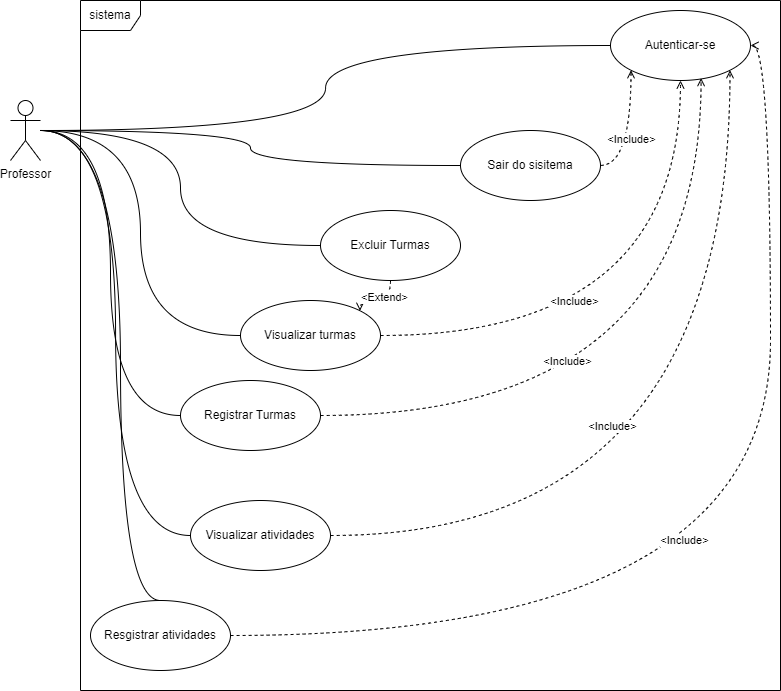
Above: Sprint3/Casos_de_Uso.png in mlm5608/4-semestre (draw.io), before the change. Source tidied: cells renumbered, new cells last; positions are measured from the earlier drawing's top-left corner, leaving out a move shared by most shapes. Its diagram source:
```xml
<mxGraphModel>
  <root>
    <mxCell id="0" />
    <mxCell id="1" parent="0" />
    <mxCell id="2" style="edgeStyle=orthogonalEdgeStyle;rounded=0;jettySize=auto;html=1;entryX=0;entryY=0.5;entryDx=0;entryDy=0;endArrow=none;endFill=0;curved=1;" parent="1" edge="1" source="9" target="10">
      <mxGeometry relative="1" as="geometry" />
    </mxCell>
    <mxCell id="3" style="edgeStyle=orthogonalEdgeStyle;rounded=0;jettySize=auto;html=1;entryX=0;entryY=0.5;entryDx=0;entryDy=0;endArrow=none;endFill=0;curved=1;" parent="1" edge="1" source="9" target="13">
      <mxGeometry relative="1" as="geometry" />
    </mxCell>
    <mxCell id="4" style="edgeStyle=orthogonalEdgeStyle;rounded=0;jettySize=auto;html=1;entryX=0;entryY=0.5;entryDx=0;entryDy=0;endArrow=none;endFill=0;curved=1;" parent="1" edge="1" source="9" target="14">
      <mxGeometry relative="1" as="geometry" />
    </mxCell>
    <mxCell id="5" style="edgeStyle=orthogonalEdgeStyle;rounded=0;jettySize=auto;html=1;entryX=0;entryY=0.5;entryDx=0;entryDy=0;endArrow=none;endFill=0;curved=1;" parent="1" edge="1" source="9" target="15">
      <mxGeometry relative="1" as="geometry" />
    </mxCell>
    <mxCell id="6" style="edgeStyle=orthogonalEdgeStyle;rounded=0;jettySize=auto;html=1;entryX=0;entryY=0.5;entryDx=0;entryDy=0;endArrow=none;endFill=0;curved=1;" parent="1" edge="1" source="9" target="16">
      <mxGeometry relative="1" as="geometry" />
    </mxCell>
    <mxCell id="7" style="edgeStyle=orthogonalEdgeStyle;rounded=0;jettySize=auto;html=1;entryX=0;entryY=0.5;entryDx=0;entryDy=0;endArrow=none;endFill=0;curved=1;" parent="1" edge="1" source="9" target="17">
      <mxGeometry relative="1" as="geometry" />
    </mxCell>
    <mxCell id="8" style="edgeStyle=orthogonalEdgeStyle;rounded=0;jettySize=auto;html=1;entryX=0.5;entryY=0;entryDx=0;entryDy=0;endArrow=none;endFill=0;curved=1;" parent="1" edge="1" source="9" target="18">
      <mxGeometry relative="1" as="geometry">
        <Array as="points">
          <mxPoint x="110" y="130" />
          <mxPoint x="110" y="600" />
        </Array>
      </mxGeometry>
    </mxCell>
    <mxCell id="9" value="Professor" style="shape=umlActor;verticalLabelPosition=bottom;verticalAlign=top;html=1;outlineConnect=0;" parent="1" vertex="1">
      <mxGeometry y="100" width="30" height="60" as="geometry" />
    </mxCell>
    <mxCell id="10" value="Autenticar-se" style="ellipse;whiteSpace=wrap;html=1;" parent="1" vertex="1">
      <mxGeometry x="600" y="10" width="140" height="70" as="geometry" />
    </mxCell>
    <mxCell id="11" style="edgeStyle=orthogonalEdgeStyle;rounded=0;jettySize=auto;html=1;entryX=0;entryY=1;entryDx=0;entryDy=0;curved=1;dashed=1;endArrow=open;endFill=0;" parent="1" edge="1" target="10">
      <mxGeometry relative="1" as="geometry">
        <mxPoint x="590" y="164.9" as="sourcePoint" />
        <Array as="points">
          <mxPoint x="620" y="165" />
        </Array>
      </mxGeometry>
    </mxCell>
    <mxCell id="12" value="&amp;lt;Include&amp;gt;" style="edgeLabel;html=1;align=center;verticalAlign=middle;" parent="11" vertex="1">
      <mxGeometry x="-0.04" relative="1" as="geometry">
        <mxPoint y="3" as="offset" />
      </mxGeometry>
    </mxCell>
    <mxCell id="13" value="Sair do sisitema" style="ellipse;whiteSpace=wrap;html=1;" parent="1" vertex="1">
      <mxGeometry x="450" y="130" width="140" height="70" as="geometry" />
    </mxCell>
    <mxCell id="14" value="Excluir Turmas" style="ellipse;whiteSpace=wrap;html=1;" parent="1" vertex="1">
      <mxGeometry x="310" y="210" width="140" height="70" as="geometry" />
    </mxCell>
    <mxCell id="15" value="Visualizar turmas" style="ellipse;whiteSpace=wrap;html=1;" parent="1" vertex="1">
      <mxGeometry x="230" y="300" width="140" height="70" as="geometry" />
    </mxCell>
    <mxCell id="16" value="Registrar Turmas" style="ellipse;whiteSpace=wrap;html=1;" parent="1" vertex="1">
      <mxGeometry x="170" y="380" width="140" height="70" as="geometry" />
    </mxCell>
    <mxCell id="17" value="Visualizar atividades" style="ellipse;whiteSpace=wrap;html=1;" parent="1" vertex="1">
      <mxGeometry x="180" y="500" width="140" height="70" as="geometry" />
    </mxCell>
    <mxCell id="18" value="Resgistrar atividades" style="ellipse;whiteSpace=wrap;html=1;" parent="1" vertex="1">
      <mxGeometry x="80" y="600" width="140" height="70" as="geometry" />
    </mxCell>
    <mxCell id="19" style="edgeStyle=orthogonalEdgeStyle;rounded=0;jettySize=auto;html=1;entryX=0.5;entryY=1;entryDx=0;entryDy=0;curved=1;dashed=1;exitX=1;exitY=0.5;exitDx=0;exitDy=0;endArrow=open;endFill=0;" parent="1" edge="1" source="15" target="10">
      <mxGeometry relative="1" as="geometry" />
    </mxCell>
    <mxCell id="20" value="&amp;lt;Include&amp;gt;" style="edgeLabel;html=1;align=center;verticalAlign=middle;" parent="19" vertex="1">
      <mxGeometry x="-0.04" relative="1" as="geometry">
        <mxPoint x="-72" y="-35" as="offset" />
      </mxGeometry>
    </mxCell>
    <mxCell id="21" style="edgeStyle=orthogonalEdgeStyle;rounded=0;jettySize=auto;html=1;entryX=0.647;entryY=0.966;entryDx=0;entryDy=0;curved=1;dashed=1;exitX=1;exitY=0.5;exitDx=0;exitDy=0;entryPerimeter=0;endArrow=open;endFill=0;" parent="1" edge="1" source="16" target="10">
      <mxGeometry relative="1" as="geometry" />
    </mxCell>
    <mxCell id="22" value="&amp;lt;Include&amp;gt;" style="edgeLabel;html=1;align=center;verticalAlign=middle;" parent="21" vertex="1">
      <mxGeometry x="-0.04" relative="1" as="geometry">
        <mxPoint x="-98" y="-55" as="offset" />
      </mxGeometry>
    </mxCell>
    <mxCell id="23" style="edgeStyle=orthogonalEdgeStyle;rounded=0;jettySize=auto;html=1;entryX=1;entryY=1;entryDx=0;entryDy=0;curved=1;dashed=1;exitX=1;exitY=0.5;exitDx=0;exitDy=0;endArrow=open;endFill=0;" parent="1" edge="1" source="17" target="10">
      <mxGeometry relative="1" as="geometry" />
    </mxCell>
    <mxCell id="24" value="&amp;lt;Include&amp;gt;" style="edgeLabel;html=1;align=center;verticalAlign=middle;" parent="23" vertex="1">
      <mxGeometry x="-0.04" relative="1" as="geometry">
        <mxPoint x="-118" y="-95" as="offset" />
      </mxGeometry>
    </mxCell>
    <mxCell id="25" style="edgeStyle=orthogonalEdgeStyle;rounded=0;jettySize=auto;html=1;entryX=1;entryY=0.5;entryDx=0;entryDy=0;curved=1;dashed=1;exitX=1;exitY=0.5;exitDx=0;exitDy=0;endArrow=open;endFill=0;" parent="1" edge="1" source="18" target="10">
      <mxGeometry relative="1" as="geometry" />
    </mxCell>
    <mxCell id="26" value="&amp;lt;Include&amp;gt;" style="edgeLabel;html=1;align=center;verticalAlign=middle;" parent="25" vertex="1">
      <mxGeometry x="-0.04" relative="1" as="geometry">
        <mxPoint x="-87" y="-85" as="offset" />
      </mxGeometry>
    </mxCell>
    <mxCell id="27" style="edgeStyle=orthogonalEdgeStyle;rounded=0;jettySize=auto;html=1;entryX=1;entryY=0;entryDx=0;entryDy=0;dashed=1;curved=1;endArrow=open;endFill=0;" parent="1" edge="1" source="14" target="15">
      <mxGeometry relative="1" as="geometry" />
    </mxCell>
    <mxCell id="28" value="&amp;lt;Extend&amp;gt;" style="edgeLabel;html=1;align=center;verticalAlign=middle;" parent="27" vertex="1">
      <mxGeometry x="-0.11" y="-4" relative="1" as="geometry" />
    </mxCell>
    <mxCell id="29" value="sistema" style="shape=umlFrame;whiteSpace=wrap;html=1;" parent="1" vertex="1">
      <mxGeometry x="70" width="700" height="690" as="geometry" />
    </mxCell>
  </root>
</mxGraphModel>
```
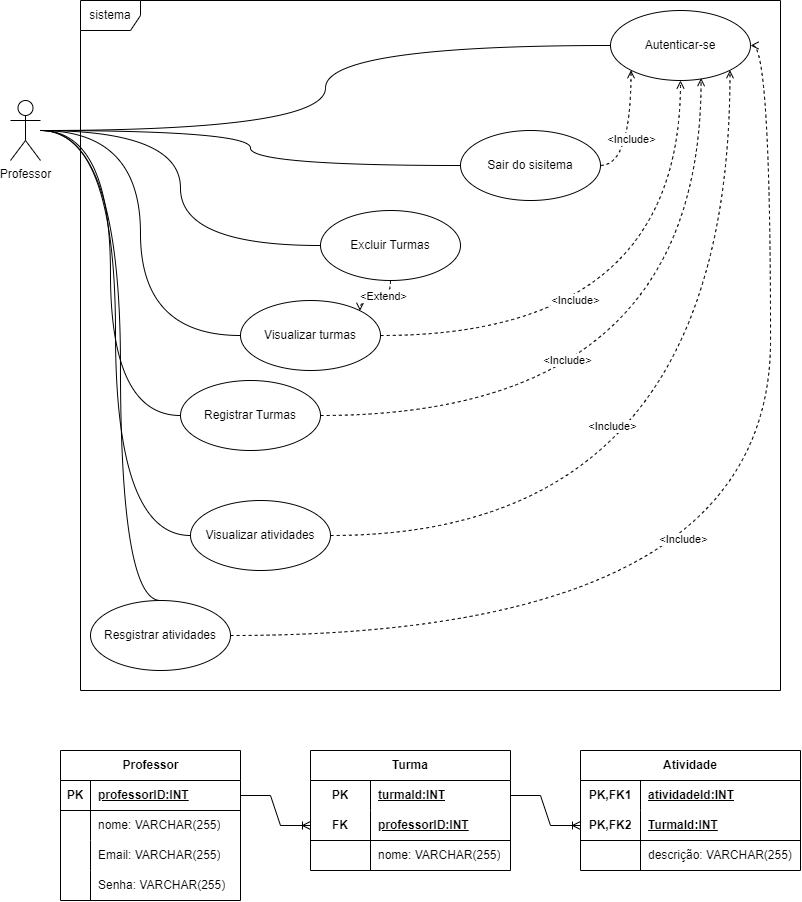
Later version of the same file.

Change to the diagram source:
```diff
@@ -106,5 +106,110 @@
     <mxCell id="29" value="sistema" style="shape=umlFrame;whiteSpace=wrap;html=1;" parent="1" vertex="1">
       <mxGeometry x="70" width="700" height="690" as="geometry" />
     </mxCell>
+    <mxCell id="30" value="Professor" style="shape=table;startSize=30;rowLines=0;fontStyle=1;align=center;html=1;" parent="1" vertex="1">
+      <mxGeometry x="50" y="750" width="180" height="150" as="geometry" />
+    </mxCell>
+    <mxCell id="31" style="shape=tableRow;horizontal=0;startSize=0;swimlaneHead=0;swimlaneBody=0;fillColor=none;points=[[0,0.5],[1,0.5]];portConstraint=eastwest;top=0;left=0;right=0;bottom=1;" parent="30" vertex="1">
+      <mxGeometry y="30" width="180" height="30" as="geometry" />
+    </mxCell>
+    <mxCell id="32" value="PK" style="shape=partialRectangle;fillColor=none;top=0;left=0;bottom=0;right=0;fontStyle=1;overflow=hidden;whiteSpace=wrap;html=1;" parent="31" vertex="1">
+      <mxGeometry width="30" height="30" as="geometry" />
+    </mxCell>
+    <mxCell id="33" value="professorID:INT" style="shape=partialRectangle;fillColor=none;top=0;left=0;bottom=0;right=0;align=left;spacingLeft=6;fontStyle=5;overflow=hidden;whiteSpace=wrap;html=1;" parent="31" vertex="1">
+      <mxGeometry x="30" width="150" height="30" as="geometry" />
+    </mxCell>
+    <mxCell id="34" style="shape=tableRow;horizontal=0;startSize=0;swimlaneHead=0;swimlaneBody=0;fillColor=none;top=0;left=0;right=0;bottom=0;" parent="30" vertex="1">
+      <mxGeometry y="60" width="180" height="30" as="geometry" />
+    </mxCell>
+    <mxCell id="35" style="shape=partialRectangle;fillColor=none;top=0;left=0;bottom=0;right=0;overflow=hidden;whiteSpace=wrap;html=1;" parent="34" vertex="1">
+      <mxGeometry width="30" height="30" as="geometry" />
+    </mxCell>
+    <mxCell id="36" value="nome: VARCHAR(255)" style="shape=partialRectangle;fillColor=none;top=0;left=0;bottom=0;right=0;align=left;spacingLeft=6;overflow=hidden;whiteSpace=wrap;html=1;" parent="34" vertex="1">
+      <mxGeometry x="30" width="150" height="30" as="geometry" />
+    </mxCell>
+    <mxCell id="37" style="shape=tableRow;horizontal=0;startSize=0;swimlaneHead=0;swimlaneBody=0;fillColor=none;top=0;left=0;right=0;bottom=0;" parent="30" vertex="1">
+      <mxGeometry y="90" width="180" height="30" as="geometry" />
+    </mxCell>
+    <mxCell id="38" style="shape=partialRectangle;fillColor=none;top=0;left=0;bottom=0;right=0;overflow=hidden;whiteSpace=wrap;html=1;" parent="37" vertex="1">
+      <mxGeometry width="30" height="30" as="geometry" />
+    </mxCell>
+    <mxCell id="39" value="Email: VARCHAR(255)" style="shape=partialRectangle;fillColor=none;top=0;left=0;bottom=0;right=0;align=left;spacingLeft=6;overflow=hidden;whiteSpace=wrap;html=1;" parent="37" vertex="1">
+      <mxGeometry x="30" width="150" height="30" as="geometry" />
+    </mxCell>
+    <mxCell id="40" style="shape=tableRow;horizontal=0;startSize=0;swimlaneHead=0;swimlaneBody=0;fillColor=none;top=0;left=0;right=0;bottom=0;" parent="30" vertex="1">
+      <mxGeometry y="120" width="180" height="30" as="geometry" />
+    </mxCell>
+    <mxCell id="41" style="shape=partialRectangle;fillColor=none;top=0;left=0;bottom=0;right=0;overflow=hidden;whiteSpace=wrap;html=1;" parent="40" vertex="1">
+      <mxGeometry width="30" height="30" as="geometry" />
+    </mxCell>
+    <mxCell id="42" value="Senha: VARCHAR(255)" style="shape=partialRectangle;fillColor=none;top=0;left=0;bottom=0;right=0;align=left;spacingLeft=6;overflow=hidden;whiteSpace=wrap;html=1;" parent="40" vertex="1">
+      <mxGeometry x="30" width="150" height="30" as="geometry" />
+    </mxCell>
+    <mxCell id="43" style="edgeStyle=entityRelationEdgeStyle;fontSize=12;html=1;endArrow=ERoneToMany;rounded=0;exitX=1;exitY=0.5;exitDx=0;exitDy=0;entryX=0;entryY=0.5;entryDx=0;entryDy=0;" parent="1" edge="1" source="31" target="59">
+      <mxGeometry relative="1" as="geometry" />
+    </mxCell>
+    <mxCell id="44" value="Atividade" style="shape=table;startSize=30;rowLines=0;fontStyle=1;align=center;html=1;whiteSpace=wrap;" parent="1" vertex="1">
+      <mxGeometry x="570" y="750" width="220" height="120" as="geometry" />
+    </mxCell>
+    <mxCell id="45" style="shape=tableRow;horizontal=0;startSize=0;swimlaneHead=0;swimlaneBody=0;fillColor=none;top=0;left=0;right=0;bottom=0;html=1;" parent="44" vertex="1">
+      <mxGeometry y="30" width="220" height="30" as="geometry" />
+    </mxCell>
+    <mxCell id="46" value="PK,FK1" style="shape=partialRectangle;fillColor=none;top=0;left=0;bottom=0;right=0;fontStyle=1;overflow=hidden;html=1;whiteSpace=wrap;" parent="45" vertex="1">
+      <mxGeometry width="60" height="30" as="geometry" />
+    </mxCell>
+    <mxCell id="47" value="atividadeId:INT" style="shape=partialRectangle;fillColor=none;top=0;left=0;bottom=0;right=0;align=left;spacingLeft=6;fontStyle=5;overflow=hidden;html=1;whiteSpace=wrap;" parent="45" vertex="1">
+      <mxGeometry x="60" width="160" height="30" as="geometry" />
+    </mxCell>
+    <mxCell id="48" style="shape=tableRow;horizontal=0;startSize=0;swimlaneHead=0;swimlaneBody=0;fillColor=none;points=[[0,0.5],[1,0.5]];portConstraint=eastwest;top=0;left=0;right=0;bottom=1;html=1;" parent="44" vertex="1">
+      <mxGeometry y="60" width="220" height="30" as="geometry" />
+    </mxCell>
+    <mxCell id="49" value="PK,FK2" style="shape=partialRectangle;fillColor=none;top=0;left=0;bottom=0;right=0;fontStyle=1;overflow=hidden;html=1;whiteSpace=wrap;" parent="48" vertex="1">
+      <mxGeometry width="60" height="30" as="geometry" />
+    </mxCell>
+    <mxCell id="50" value="TurmaId:INT" style="shape=partialRectangle;fillColor=none;top=0;left=0;bottom=0;right=0;align=left;spacingLeft=6;fontStyle=5;overflow=hidden;html=1;whiteSpace=wrap;" parent="48" vertex="1">
+      <mxGeometry x="60" width="160" height="30" as="geometry" />
+    </mxCell>
+    <mxCell id="51" style="shape=tableRow;horizontal=0;startSize=0;swimlaneHead=0;swimlaneBody=0;fillColor=none;top=0;left=0;right=0;bottom=0;html=1;" parent="44" vertex="1">
+      <mxGeometry y="90" width="220" height="30" as="geometry" />
+    </mxCell>
+    <mxCell id="52" style="shape=partialRectangle;fillColor=none;top=0;left=0;bottom=0;right=0;overflow=hidden;html=1;whiteSpace=wrap;" parent="51" vertex="1">
+      <mxGeometry width="60" height="30" as="geometry" />
+    </mxCell>
+    <mxCell id="53" value="descrição: VARCHAR(255)" style="shape=partialRectangle;fillColor=none;top=0;left=0;bottom=0;right=0;align=left;spacingLeft=6;overflow=hidden;html=1;whiteSpace=wrap;" parent="51" vertex="1">
+      <mxGeometry x="60" width="160" height="30" as="geometry" />
+    </mxCell>
+    <mxCell id="54" style="edgeStyle=entityRelationEdgeStyle;fontSize=12;html=1;endArrow=ERoneToMany;rounded=0;entryX=0;entryY=0.5;entryDx=0;entryDy=0;exitX=1;exitY=0.5;exitDx=0;exitDy=0;" parent="1" edge="1" source="56" target="48">
+      <mxGeometry relative="1" as="geometry" />
+    </mxCell>
+    <mxCell id="55" value="Turma" style="shape=table;startSize=30;rowLines=0;fontStyle=1;align=center;html=1;whiteSpace=wrap;" parent="1" vertex="1">
+      <mxGeometry x="300" y="750" width="200" height="120" as="geometry" />
+    </mxCell>
+    <mxCell id="56" style="shape=tableRow;horizontal=0;startSize=0;swimlaneHead=0;swimlaneBody=0;fillColor=none;points=[[0,0.5],[1,0.5]];portConstraint=eastwest;top=0;left=0;right=0;bottom=0;html=1;" parent="55" vertex="1">
+      <mxGeometry y="30" width="200" height="30" as="geometry" />
+    </mxCell>
+    <mxCell id="57" value="PK" style="shape=partialRectangle;fillColor=none;top=0;left=0;bottom=0;right=0;fontStyle=1;overflow=hidden;html=1;whiteSpace=wrap;" parent="56" vertex="1">
+      <mxGeometry width="60" height="30" as="geometry" />
+    </mxCell>
+    <mxCell id="58" value="turmaId:INT" style="shape=partialRectangle;fillColor=none;top=0;left=0;bottom=0;right=0;align=left;spacingLeft=6;fontStyle=5;overflow=hidden;html=1;whiteSpace=wrap;" parent="56" vertex="1">
+      <mxGeometry x="60" width="140" height="30" as="geometry" />
+    </mxCell>
+    <mxCell id="59" style="shape=tableRow;horizontal=0;startSize=0;swimlaneHead=0;swimlaneBody=0;fillColor=none;points=[[0,0.5],[1,0.5]];portConstraint=eastwest;top=0;left=0;right=0;bottom=1;html=1;" parent="55" vertex="1">
+      <mxGeometry y="60" width="200" height="30" as="geometry" />
+    </mxCell>
+    <mxCell id="60" value="FK" style="shape=partialRectangle;fillColor=none;top=0;left=0;bottom=0;right=0;fontStyle=1;overflow=hidden;html=1;whiteSpace=wrap;" parent="59" vertex="1">
+      <mxGeometry width="60" height="30" as="geometry" />
+    </mxCell>
+    <mxCell id="61" value="professorID:INT" style="shape=partialRectangle;fillColor=none;top=0;left=0;bottom=0;right=0;align=left;spacingLeft=6;fontStyle=5;overflow=hidden;html=1;whiteSpace=wrap;" parent="59" vertex="1">
+      <mxGeometry x="60" width="140" height="30" as="geometry" />
+    </mxCell>
+    <mxCell id="62" style="shape=tableRow;horizontal=0;startSize=0;swimlaneHead=0;swimlaneBody=0;fillColor=none;top=0;left=0;right=0;bottom=0;html=1;" parent="55" vertex="1">
+      <mxGeometry y="90" width="200" height="30" as="geometry" />
+    </mxCell>
+    <mxCell id="63" style="shape=partialRectangle;fillColor=none;top=0;left=0;bottom=0;right=0;overflow=hidden;html=1;whiteSpace=wrap;" parent="62" vertex="1">
+      <mxGeometry width="60" height="30" as="geometry" />
+    </mxCell>
+    <mxCell id="64" value="nome: VARCHAR(255)" style="shape=partialRectangle;fillColor=none;top=0;left=0;bottom=0;right=0;align=left;spacingLeft=6;overflow=hidden;html=1;whiteSpace=wrap;" parent="62" vertex="1">
+      <mxGeometry x="60" width="140" height="30" as="geometry" />
+    </mxCell>
   </root>
 </mxGraphModel>
```
